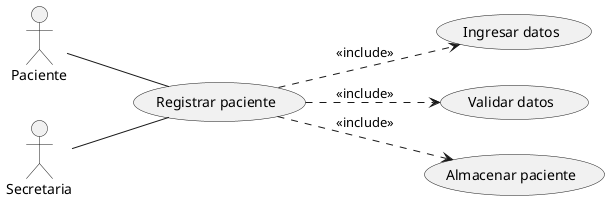
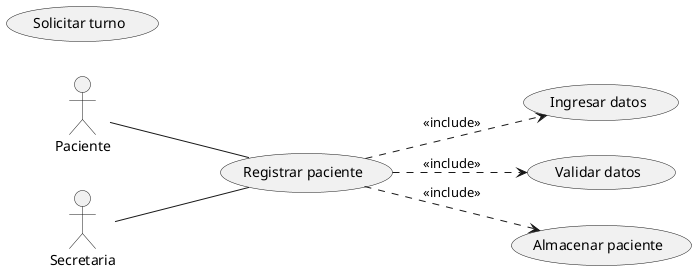
@startuml
left to right direction
actor Paciente
actor Secretaria

usecase "Registrar paciente" as UC1
usecase "Ingresar datos" as UC2
usecase "Validar datos" as UC3
usecase "Almacenar paciente" as UC4

+ ' Nuevo caso de uso agregado para cumplir con el RF5
+ usecase "Solicitar turno" as UC5
+ 
Paciente -- UC1
Secretaria -- UC1

UC1 ..> UC2 : <<include>>
UC1 ..> UC3 : <<include>>
- UC1 ..> UC4 : <<include>>
- @enduml+ UC1 ..> UC4 : <<include>>